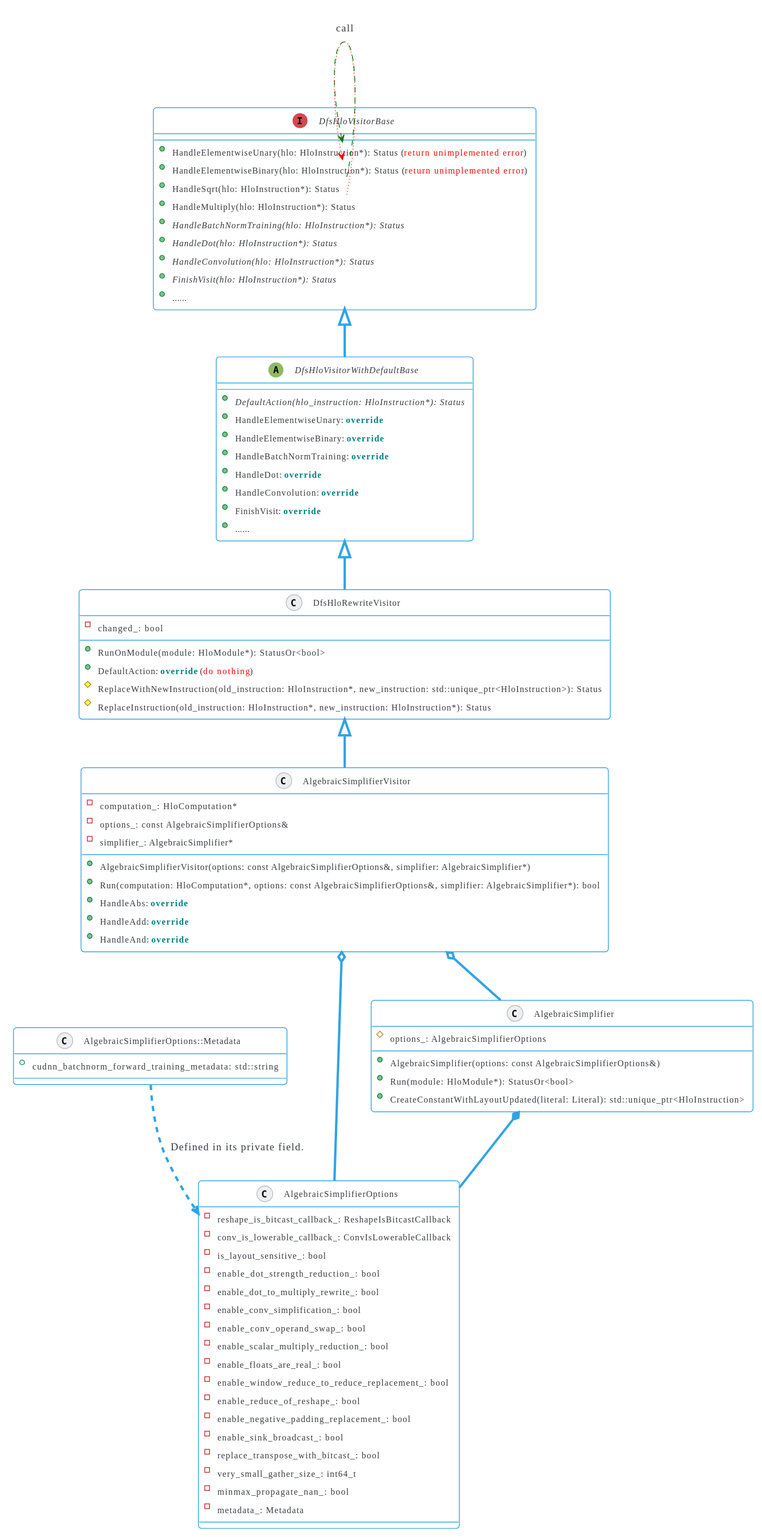
The PlantUML diagram images/posts/xla/AlgebraicSimplifier.svg in wzzju/wzzju.github.io, before a commit. The source it was exported from:
```plantuml
@startuml AlgebraicSimplifier
!theme cerulean-outline

class AlgebraicSimplifierOptions {
    - {field} reshape_is_bitcast_callback_: ReshapeIsBitcastCallback
    - {field} conv_is_lowerable_callback_: ConvIsLowerableCallback
    - {field} is_layout_sensitive_: bool
    - {field} enable_dot_strength_reduction_: bool
    - {field} enable_dot_to_multiply_rewrite_: bool
    - {field} enable_conv_simplification_: bool
    - {field} enable_conv_operand_swap_: bool
    - {field} enable_scalar_multiply_reduction_: bool
    - {field} enable_floats_are_real_: bool
    - {field} enable_window_reduce_to_reduce_replacement_: bool
    - {field} enable_reduce_of_reshape_: bool
    - {field} enable_negative_padding_replacement_: bool
    - {field} enable_sink_broadcast_: bool
    - {field} replace_transpose_with_bitcast_: bool
    - {field} very_small_gather_size_: int64_t
    - {field} minmax_propagate_nan_: bool
    - {field} metadata_: Metadata
}

class AlgebraicSimplifierOptions::Metadata {
  + cudnn_batchnorm_forward_training_metadata: std::string
}


class AlgebraicSimplifier {
    + AlgebraicSimplifier(options: const AlgebraicSimplifierOptions&)
    + Run(module: HloModule*): StatusOr<bool>
    + CreateConstantWithLayoutUpdated(literal: Literal): std::unique_ptr<HloInstruction>
    # {field} options_: AlgebraicSimplifierOptions
}

Interface DfsHloVisitorBase {
    + {method} HandleElementwiseUnary(hlo: HloInstruction*): Status (<color:Red>return unimplemented error</color>)
    + {method} HandleElementwiseBinary(hlo: HloInstruction*): Status (<color:Red>return unimplemented error</color>)
    + {method} HandleSqrt(hlo: HloInstruction*): Status
    + {method} HandleMultiply(hlo: HloInstruction*): Status
    + {abstract} HandleBatchNormTraining(hlo: HloInstruction*): Status
    + {abstract} HandleDot(hlo: HloInstruction*): Status
    + {abstract} HandleConvolution(hlo: HloInstruction*): Status
    + {abstract} FinishVisit(hlo: HloInstruction*): Status
    + {method} ......
}
DfsHloVisitorBase::HandleSqrt -[#green,dashed,thickness=1]-> DfsHloVisitorBase::HandleElementwiseUnary : call
DfsHloVisitorBase::HandleMultiply -[#red,dotted,thickness=1]-> DfsHloVisitorBase::HandleElementwiseBinary

abstract class DfsHloVisitorWithDefaultBase {
    + {abstract} DefaultAction(hlo_instruction: HloInstruction*): Status
    + {method} HandleElementwiseUnary: <b><color:#008080>override</color></b>
    + {method} HandleElementwiseBinary: <b><color:#008080>override</color></b>
    + {method} HandleBatchNormTraining: <b><color:#008080>override</color></b>
    + {method} HandleDot: <b><color:#008080>override</color></b>
    + {method} HandleConvolution: <b><color:#008080>override</color></b>
    + {method} FinishVisit: <b><color:#008080>override</color></b>
    + {method} ......
}

class DfsHloRewriteVisitor {
    + {method} RunOnModule(module: HloModule*): StatusOr<bool>
    + {method} DefaultAction: <b><color:#008080>override</color></b> (<color:Red>do nothing</color>)
    # {method} ReplaceWithNewInstruction(old_instruction: HloInstruction*, new_instruction: std::unique_ptr<HloInstruction>): Status
    # {method} ReplaceInstruction(old_instruction: HloInstruction*, new_instruction: HloInstruction*): Status
    - {field} changed_: bool

}

class AlgebraicSimplifierVisitor {
  + {method} AlgebraicSimplifierVisitor(options: const AlgebraicSimplifierOptions&, simplifier: AlgebraicSimplifier*)
  + {method} Run(computation: HloComputation*, options: const AlgebraicSimplifierOptions&, simplifier: AlgebraicSimplifier*): bool
  + {method} HandleAbs: <b><color:#008080>override</color></b>
  + {method} HandleAdd: <b><color:#008080>override</color></b>
  + {method} HandleAnd: <b><color:#008080>override</color></b>
  - {field} computation_: HloComputation*
  - {field} options_: const AlgebraicSimplifierOptions&
  - {field} simplifier_: AlgebraicSimplifier*
}

AlgebraicSimplifier *-- AlgebraicSimplifierOptions
AlgebraicSimplifierVisitor o-- AlgebraicSimplifierOptions
AlgebraicSimplifierVisitor o-- AlgebraicSimplifier
DfsHloRewriteVisitor <|-- AlgebraicSimplifierVisitor
AlgebraicSimplifierOptions::Metadata -[dashed]-> AlgebraicSimplifierOptions : Defined in its private field.
DfsHloVisitorWithDefaultBase <|-- DfsHloRewriteVisitor
DfsHloVisitorBase <|-- DfsHloVisitorWithDefaultBase
@enduml
```
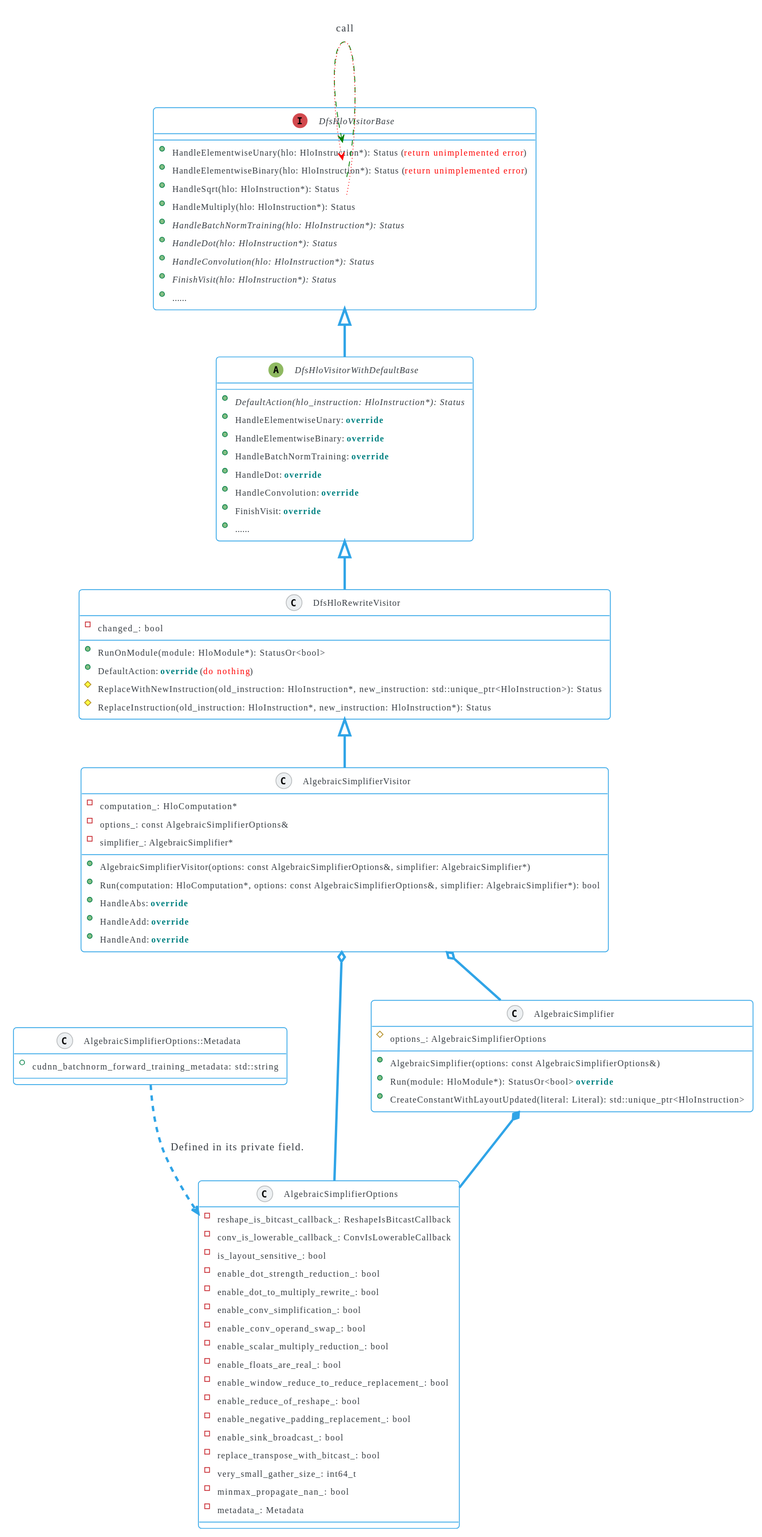
Later version of the same file.

Commit message:
Add the desc of AlgebraicSimplifier.

What changed in the source:
```diff
@@ -28,7 +28,7 @@
 
 class AlgebraicSimplifier {
     + AlgebraicSimplifier(options: const AlgebraicSimplifierOptions&)
-    + Run(module: HloModule*): StatusOr<bool>
+    + Run(module: HloModule*): StatusOr<bool> <b><color:#008080>override</color></b>
     + CreateConstantWithLayoutUpdated(literal: Literal): std::unique_ptr<HloInstruction>
     # {field} options_: AlgebraicSimplifierOptions
 }
```
